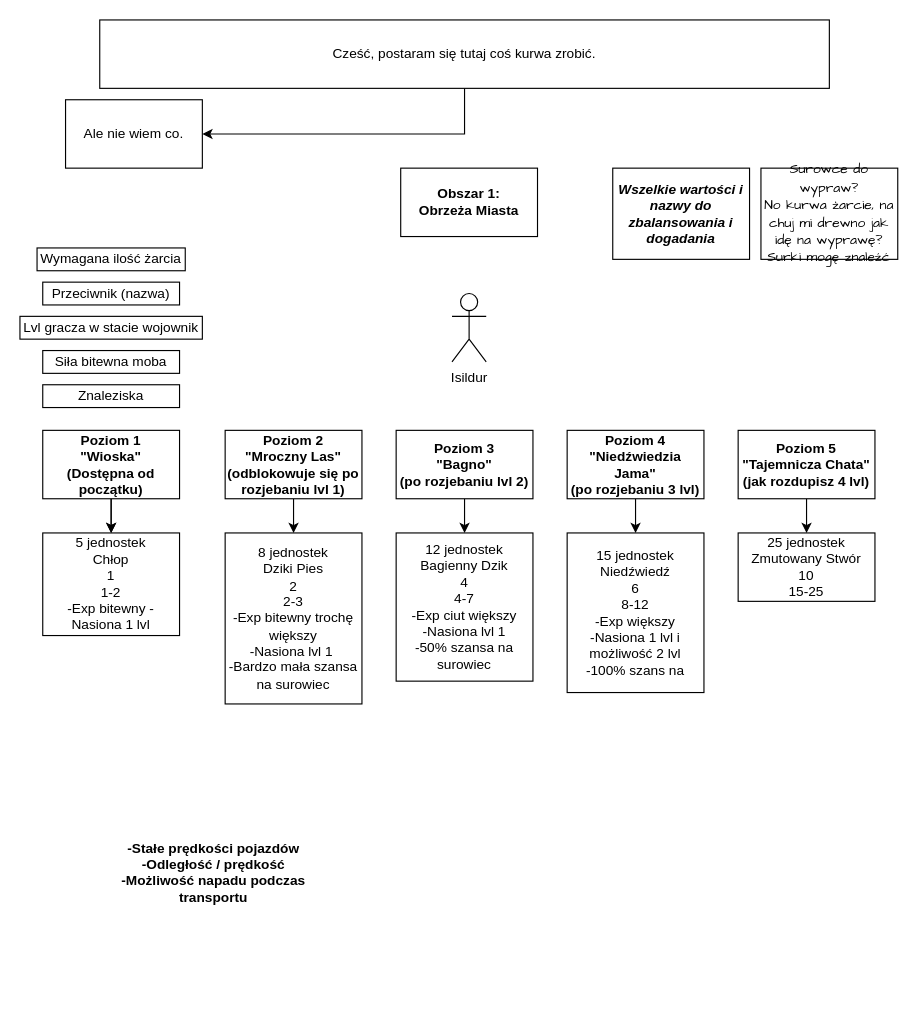
Before: page "Propozycje Faziego" (9 of 9) of gameChanger.drawio in piotreczek5/GameChanger, a draw.io diagram. Source tidied: cells renumbered, new cells numbered last; positions are measured from the earlier drawing's top-left corner, leaving out a move shared by most shapes. Both pictures are drawn from the tidied source at 114%, with x=0, y=0 at pixel (19, 19).
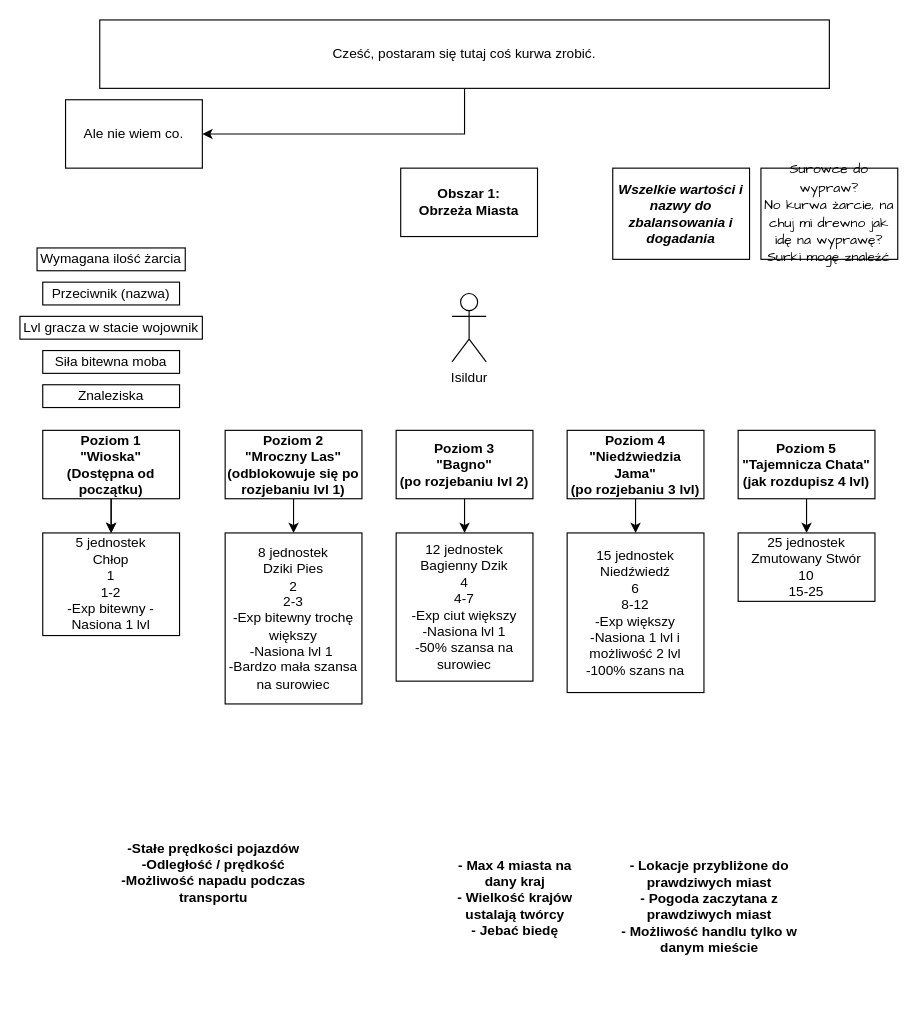
The same page after the edit.

Change to the diagram source:
```diff
@@
+    <mxCell id="32" value="&lt;b&gt;- Lokacje przybliżone do prawdziwych miast&lt;br&gt;- Pogoda zaczytana z prawdziwych miast&lt;br&gt;- Możliwość handlu tylko w danym mieście&lt;br&gt;&lt;br&gt;&lt;/b&gt;" style="text;html=1;strokeColor=none;fillColor=none;align=center;verticalAlign=middle;whiteSpace=wrap;rounded=0;" parent="1" vertex="1">
+      <mxGeometry x="510" y="720" width="190" height="130" as="geometry" />
+    </mxCell>
+    <mxCell id="33" value="&lt;b&gt;- Max 4 miasta na dany kraj&lt;br&gt;- Wielkość krajów ustalają twórcy&lt;br&gt;- Jebać biedę&lt;br&gt;&lt;/b&gt;" style="text;html=1;strokeColor=none;fillColor=none;align=center;verticalAlign=middle;whiteSpace=wrap;rounded=0;" parent="1" vertex="1">
+      <mxGeometry x="369" y="700" width="131" height="140" as="geometry" />
+    </mxCell>
```
